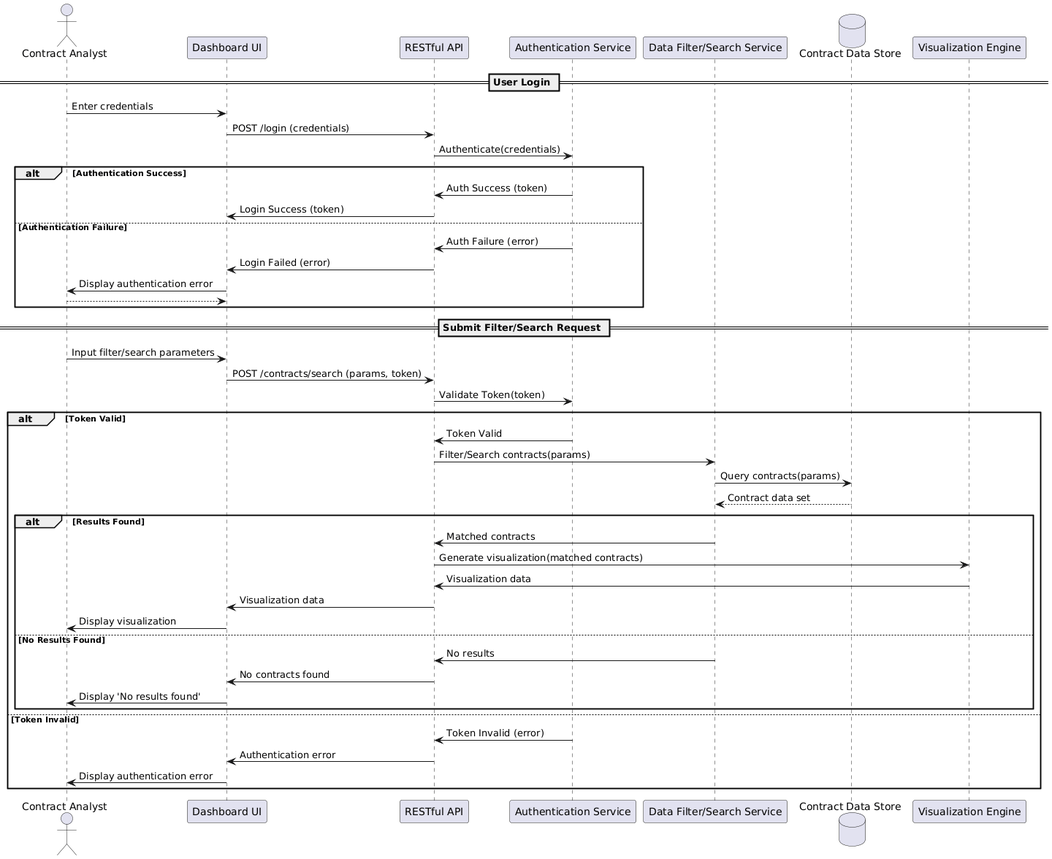
Earlier version of the PlantUML export artifacts/convisoft_sequence_diagram.png (Ben-Himel-BAH/KMSH_contracting).
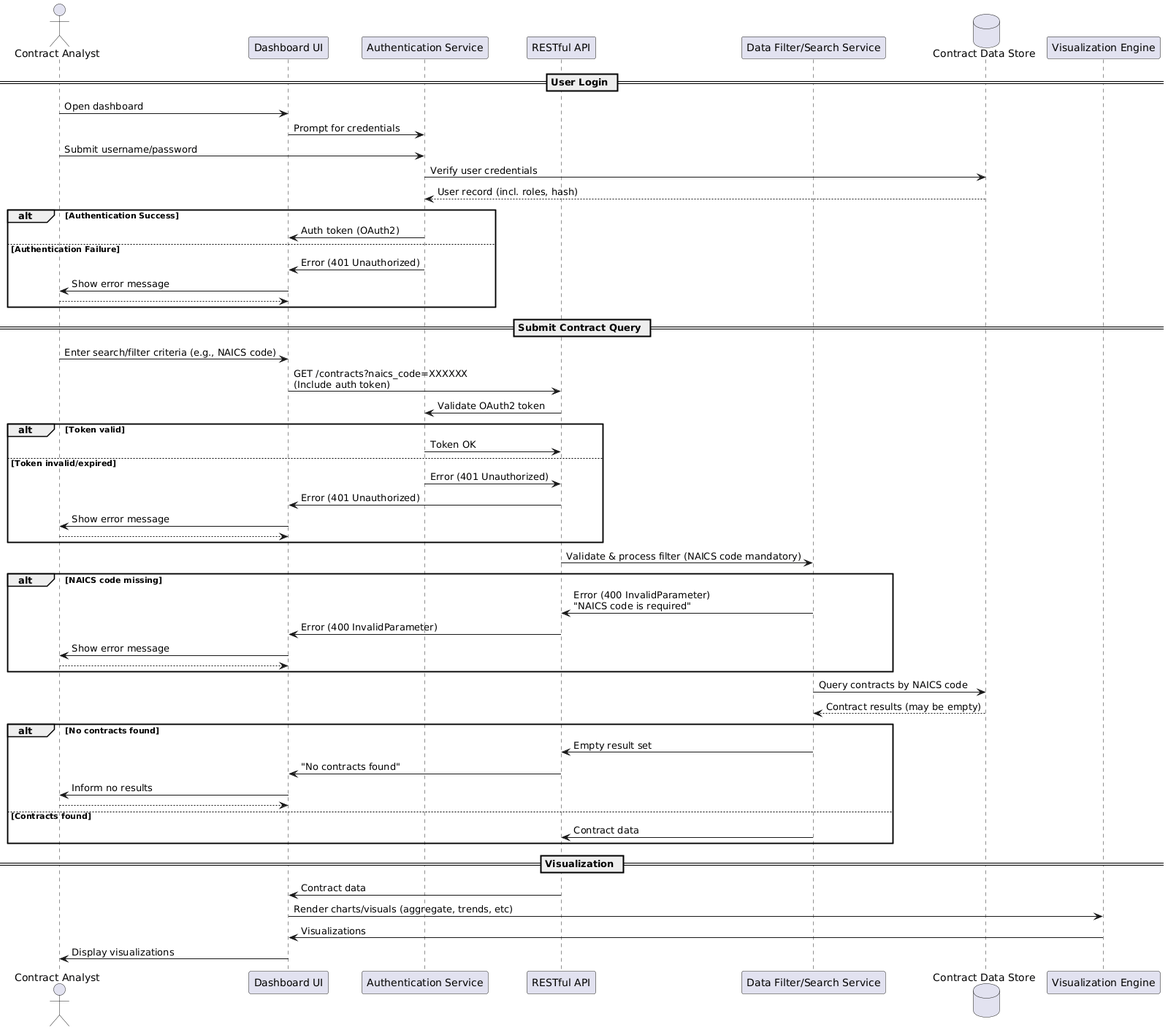
After the change.

Diff of the diagram source:
```diff
@@ -1,49 +1,66 @@
 @startuml
+
 actor "Contract Analyst" as User
-participant "Dashboard UI" as UI
+
+participant "Dashboard UI" as Dashboard
+participant "Authentication Service" as AuthService
 participant "RESTful API" as API
-participant "Authentication Service" as Auth
-participant "Data Filter/Search Service" as Filter
-database "Contract Data Store" as Store
-participant "Visualization Engine" as Viz
+participant "Data Filter/Search Service" as FilterService
+database "Contract Data Store" as DB
+participant "Visualization Engine" as VizEngine
 
 == User Login ==
-User -> UI: Enter credentials
-UI -> API: POST /login (credentials)
-API -> Auth: Authenticate(credentials)
+
+User -> Dashboard: Open dashboard
+Dashboard -> AuthService: Prompt for credentials
+User -> AuthService: Submit username/password
+AuthService -> DB: Verify user credentials
+DB --> AuthService: User record (incl. roles, hash)
 alt Authentication Success
-    Auth -> API: Auth Success (token)
-    API -> UI: Login Success (token)
+    AuthService -> Dashboard: Auth token (OAuth2)
 else Authentication Failure
-    Auth -> API: Auth Failure (error)
-    API -> UI: Login Failed (error)
-    UI -> User: Display authentication error
+    AuthService -> Dashboard: Error (401 Unauthorized)
+    Dashboard -> User: Show error message
     return
 end
 
-== Submit Filter/Search Request ==
-User -> UI: Input filter/search parameters
-UI -> API: POST /contracts/search (params, token)
-API -> Auth: Validate Token(token)
-alt Token Valid
-    Auth -> API: Token Valid
-    API -> Filter: Filter/Search contracts(params)
-    Filter -> Store: Query contracts(params)
-    Store --> Filter: Contract data set
-    alt Results Found
-        Filter -> API: Matched contracts
-        API -> Viz: Generate visualization(matched contracts)
-        Viz -> API: Visualization data
-        API -> UI: Visualization data
-        UI -> User: Display visualization
-    else No Results Found
-        Filter -> API: No results
-        API -> UI: No contracts found
-        UI -> User: Display 'No results found'
-    end
-else Token Invalid
-    Auth -> API: Token Invalid (error)
-    API -> UI: Authentication error
-    UI -> User: Display authentication error
+== Submit Contract Query ==
+
+User -> Dashboard: Enter search/filter criteria (e.g., NAICS code)
+Dashboard -> API: GET /contracts?naics_code=XXXXXX\n(Include auth token)
+API -> AuthService: Validate OAuth2 token
+alt Token valid
+    AuthService -> API: Token OK
+else Token invalid/expired
+    AuthService -> API: Error (401 Unauthorized)
+    API -> Dashboard: Error (401 Unauthorized)
+    Dashboard -> User: Show error message
+    return
 end
+
+API -> FilterService: Validate & process filter (NAICS code mandatory)
+alt NAICS code missing
+    FilterService -> API: Error (400 InvalidParameter)\n"NAICS code is required"
+    API -> Dashboard: Error (400 InvalidParameter)
+    Dashboard -> User: Show error message
+    return
+end
+
+FilterService -> DB: Query contracts by NAICS code
+DB --> FilterService: Contract results (may be empty)
+alt No contracts found
+    FilterService -> API: Empty result set
+    API -> Dashboard: "No contracts found"
+    Dashboard -> User: Inform no results
+    return
+else Contracts found
+    FilterService -> API: Contract data
+end
+
+== Visualization ==
+
+API -> Dashboard: Contract data
+Dashboard -> VizEngine: Render charts/visuals (aggregate, trends, etc)
+VizEngine -> Dashboard: Visualizations
+Dashboard -> User: Display visualizations
 @enduml
```
